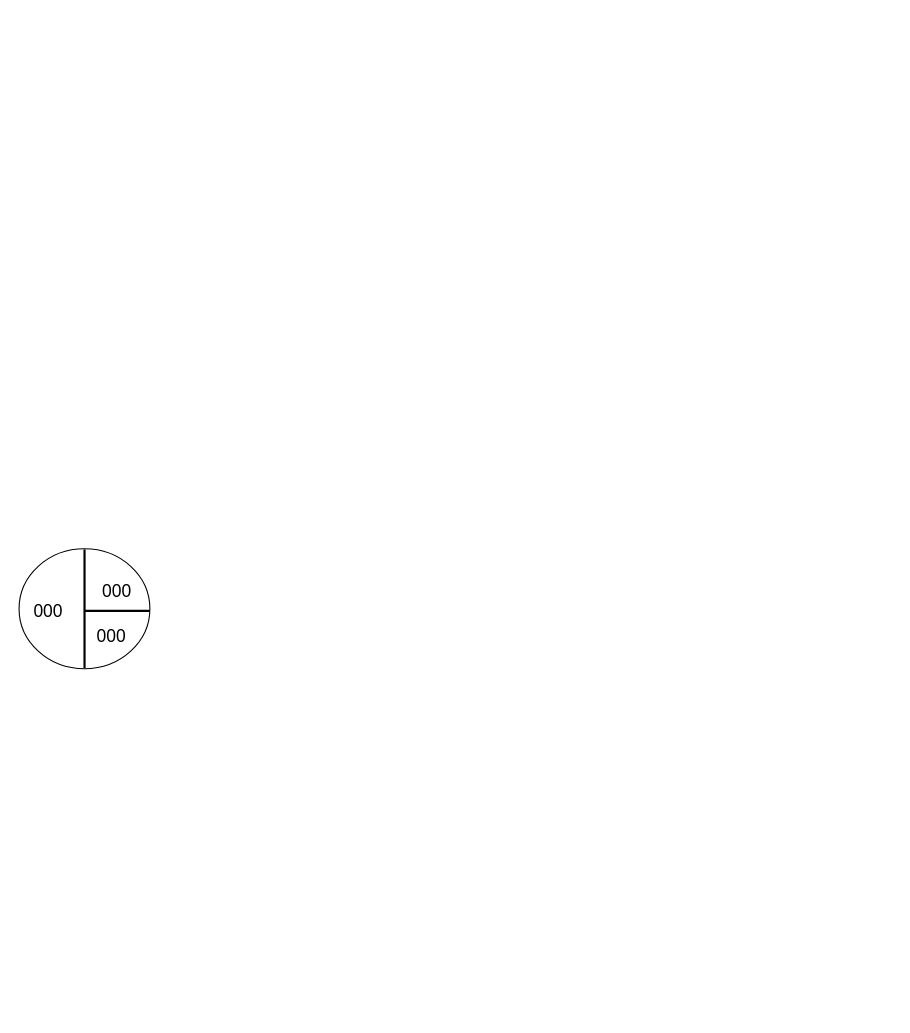
Above: Untitled Diagram.drawio in denayprm/Draw-IO-Denn (draw.io), before the change. Source tidied: cells renumbered, new cells numbered last; positions are measured from the earlier drawing's top-left corner, leaving out a move shared by most shapes. Both pictures are drawn from the tidied source at 109%, with x=0, y=0 at pixel (19, 548).
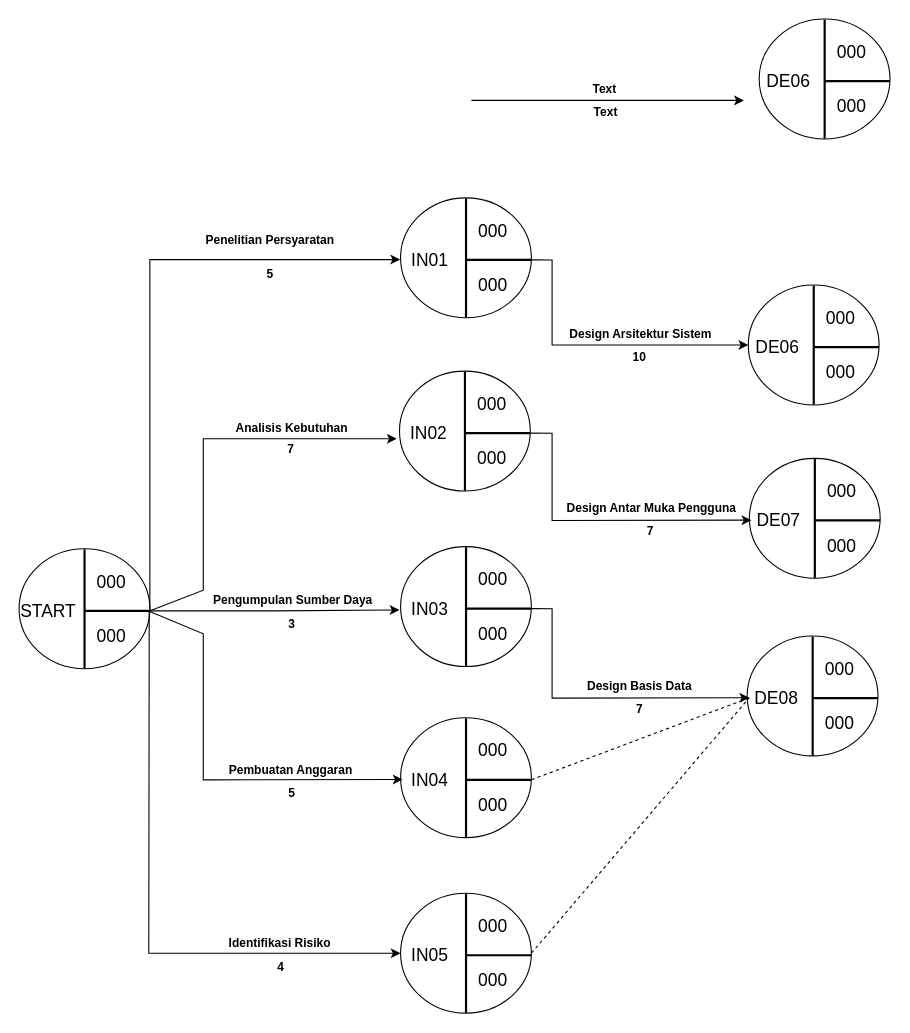
The same diagram, later.

Unchanged cells that the change refers to:
```xml
<mxCell id="3" style="group;" parent="2" vertex="1">
  <mxGeometry width="120" height="110" as="geometry" />
</mxCell>
<mxCell id="6" style="line;strokeWidth=2;html=1;" parent="3" vertex="1">
  <mxGeometry x="60" y="50" width="60" height="13.8" as="geometry" />
</mxCell>
```

Diff of the diagram source:
```diff
@@
     <mxCell id="7" value="000" style="text;strokeColor=none;fillColor=none;html=1;align=center;verticalAlign=middle;whiteSpace=wrap;rounded=0;fontSize=16;" parent="3" vertex="1">
-      <mxGeometry x="65" y="13.6" width="50" height="50" as="geometry" />
+      <mxGeometry x="60" y="5" width="50" height="50" as="geometry" />
     </mxCell>
@@
-    <mxCell id="9" value="000" style="text;strokeColor=none;fillColor=none;html=1;align=center;verticalAlign=middle;whiteSpace=wrap;rounded=0;fontSize=16;" parent="3" vertex="1">
+    <mxCell id="9" value="START" style="text;strokeColor=none;fillColor=none;html=1;align=center;verticalAlign=middle;whiteSpace=wrap;rounded=0;fontSize=16;" parent="3" vertex="1">
       <mxGeometry x="1.9" y="31.7" width="50" height="50" as="geometry" />
     </mxCell>
+    <mxCell id="10" style="group;" parent="1" vertex="1">
+      <mxGeometry x="350" y="-322" width="120" height="110" as="geometry" />
+    </mxCell>
+    <mxCell id="11" style="group;" parent="10" vertex="1">
+      <mxGeometry width="120" height="110" as="geometry" />
+    </mxCell>
+    <mxCell id="12" style="ellipse;whiteSpace=wrap;html=1;" parent="11" vertex="1">
+      <mxGeometry width="120" height="110" as="geometry" />
+    </mxCell>
+    <mxCell id="13" style="line;strokeWidth=2;html=1;rotation=-90;" parent="11" vertex="1">
+      <mxGeometry x="5.5" y="48.2" width="109.1" height="13.8" as="geometry" />
+    </mxCell>
+    <mxCell id="14" style="line;strokeWidth=2;html=1;" parent="11" vertex="1">
+      <mxGeometry x="60" y="50" width="60" height="13.8" as="geometry" />
+    </mxCell>
+    <mxCell id="15" value="000" style="text;strokeColor=none;fillColor=none;html=1;align=center;verticalAlign=middle;whiteSpace=wrap;rounded=0;fontSize=16;" parent="11" vertex="1">
+      <mxGeometry x="60" y="5" width="50" height="50" as="geometry" />
+    </mxCell>
+    <mxCell id="16" value="000" style="text;strokeColor=none;fillColor=none;html=1;align=center;verticalAlign=middle;whiteSpace=wrap;rounded=0;fontSize=16;" parent="11" vertex="1">
+      <mxGeometry x="60" y="55" width="50" height="50" as="geometry" />
+    </mxCell>
+    <mxCell id="17" value="IN01" style="text;strokeColor=none;fillColor=none;html=1;align=center;verticalAlign=middle;whiteSpace=wrap;rounded=0;fontSize=16;" parent="11" vertex="1">
+      <mxGeometry x="1.9" y="31.7" width="50" height="50" as="geometry" />
+    </mxCell>
+    <mxCell id="18" style="edgeStyle=orthogonalEdgeStyle;rounded=0;jettySize=auto;html=1;exitX=1;exitY=0.5;exitDx=0;exitDy=0;exitPerimeter=0;entryX=-0.045;entryY=0.499;entryDx=0;entryDy=0;entryPerimeter=0;" parent="1" edge="1" source="6" target="17">
+      <mxGeometry relative="1" as="geometry">
+        <Array as="points">
+          <mxPoint x="120" y="-265" />
+        </Array>
+      </mxGeometry>
+    </mxCell>
+    <mxCell id="19" value="&lt;b&gt;5&lt;/b&gt;" style="edgeLabel;html=1;align=center;verticalAlign=middle;" parent="18" vertex="1">
+      <mxGeometry x="-0.18" relative="1" as="geometry">
+        <mxPoint x="109" y="-83" as="offset" />
+      </mxGeometry>
+    </mxCell>
+    <mxCell id="20" value="&lt;b&gt;Penelitian Persyaratan&lt;/b&gt;" style="edgeLabel;html=1;align=center;verticalAlign=middle;shadow=1;" parent="18" vertex="1">
+      <mxGeometry x="-0.11" relative="1" as="geometry">
+        <mxPoint x="109" y="-94" as="offset" />
+      </mxGeometry>
+    </mxCell>
+    <mxCell id="21" style="group;" parent="1" vertex="1">
+      <mxGeometry x="350" y="-2" width="120" height="110" as="geometry" />
+    </mxCell>
+    <mxCell id="22" style="group;" parent="21" vertex="1">
+      <mxGeometry width="120" height="110" as="geometry" />
+    </mxCell>
+    <mxCell id="23" style="ellipse;whiteSpace=wrap;html=1;" parent="22" vertex="1">
+      <mxGeometry width="120" height="110" as="geometry" />
+    </mxCell>
+    <mxCell id="24" style="line;strokeWidth=2;html=1;rotation=-90;" parent="22" vertex="1">
+      <mxGeometry x="5.5" y="48.2" width="109.1" height="13.8" as="geometry" />
+    </mxCell>
+    <mxCell id="25" style="line;strokeWidth=2;html=1;" parent="22" vertex="1">
+      <mxGeometry x="60" y="50" width="60" height="13.8" as="geometry" />
+    </mxCell>
+    <mxCell id="26" value="000" style="text;strokeColor=none;fillColor=none;html=1;align=center;verticalAlign=middle;whiteSpace=wrap;rounded=0;fontSize=16;" parent="22" vertex="1">
+      <mxGeometry x="60" y="5" width="50" height="50" as="geometry" />
+    </mxCell>
+    <mxCell id="27" value="000" style="text;strokeColor=none;fillColor=none;html=1;align=center;verticalAlign=middle;whiteSpace=wrap;rounded=0;fontSize=16;" parent="22" vertex="1">
+      <mxGeometry x="60" y="55" width="50" height="50" as="geometry" />
+    </mxCell>
+    <mxCell id="28" value="IN03" style="text;strokeColor=none;fillColor=none;html=1;align=center;verticalAlign=middle;whiteSpace=wrap;rounded=0;fontSize=16;" parent="22" vertex="1">
+      <mxGeometry x="1.9" y="31.7" width="50" height="50" as="geometry" />
+    </mxCell>
+    <mxCell id="29" style="group;" parent="1" vertex="1">
+      <mxGeometry x="349" y="-163" width="120" height="110" as="geometry" />
+    </mxCell>
+    <mxCell id="30" style="group;" parent="29" vertex="1">
+      <mxGeometry width="120" height="110" as="geometry" />
+    </mxCell>
+    <mxCell id="31" style="ellipse;whiteSpace=wrap;html=1;" parent="30" vertex="1">
+      <mxGeometry width="120" height="110" as="geometry" />
+    </mxCell>
+    <mxCell id="32" style="line;strokeWidth=2;html=1;rotation=-90;" parent="30" vertex="1">
+      <mxGeometry x="5.5" y="48.2" width="109.1" height="13.8" as="geometry" />
+    </mxCell>
+    <mxCell id="33" style="line;strokeWidth=2;html=1;" parent="30" vertex="1">
+      <mxGeometry x="60" y="50" width="60" height="13.8" as="geometry" />
+    </mxCell>
+    <mxCell id="34" value="000" style="text;strokeColor=none;fillColor=none;html=1;align=center;verticalAlign=middle;whiteSpace=wrap;rounded=0;fontSize=16;" parent="30" vertex="1">
+      <mxGeometry x="60" y="5" width="50" height="50" as="geometry" />
+    </mxCell>
+    <mxCell id="35" value="000" style="text;strokeColor=none;fillColor=none;html=1;align=center;verticalAlign=middle;whiteSpace=wrap;rounded=0;fontSize=16;" parent="30" vertex="1">
+      <mxGeometry x="60" y="55" width="50" height="50" as="geometry" />
+    </mxCell>
+    <mxCell id="36" value="IN02" style="text;strokeColor=none;fillColor=none;html=1;align=center;verticalAlign=middle;whiteSpace=wrap;rounded=0;fontSize=16;" parent="30" vertex="1">
+      <mxGeometry x="1.9" y="31.7" width="50" height="50" as="geometry" />
+    </mxCell>
+    <mxCell id="37" style="group;" parent="1" vertex="1">
+      <mxGeometry x="350" y="155" width="120" height="110" as="geometry" />
+    </mxCell>
+    <mxCell id="38" style="group;" parent="37" vertex="1">
+      <mxGeometry width="120" height="110" as="geometry" />
+    </mxCell>
+    <mxCell id="39" style="ellipse;whiteSpace=wrap;html=1;" parent="38" vertex="1">
+      <mxGeometry width="120" height="110" as="geometry" />
+    </mxCell>
+    <mxCell id="40" style="line;strokeWidth=2;html=1;rotation=-90;" parent="38" vertex="1">
+      <mxGeometry x="5.5" y="48.2" width="109.1" height="13.8" as="geometry" />
+    </mxCell>
+    <mxCell id="41" style="line;strokeWidth=2;html=1;" parent="38" vertex="1">
+      <mxGeometry x="60" y="50" width="60" height="13.8" as="geometry" />
+    </mxCell>
+    <mxCell id="42" value="000" style="text;strokeColor=none;fillColor=none;html=1;align=center;verticalAlign=middle;whiteSpace=wrap;rounded=0;fontSize=16;" parent="38" vertex="1">
+      <mxGeometry x="60" y="5" width="50" height="50" as="geometry" />
+    </mxCell>
+    <mxCell id="43" value="000" style="text;strokeColor=none;fillColor=none;html=1;align=center;verticalAlign=middle;whiteSpace=wrap;rounded=0;fontSize=16;" parent="38" vertex="1">
+      <mxGeometry x="60" y="55" width="50" height="50" as="geometry" />
+    </mxCell>
+    <mxCell id="44" value="IN04" style="text;strokeColor=none;fillColor=none;html=1;align=center;verticalAlign=middle;whiteSpace=wrap;rounded=0;fontSize=16;" parent="38" vertex="1">
+      <mxGeometry x="1.9" y="31.7" width="50" height="50" as="geometry" />
+    </mxCell>
+    <mxCell id="45" style="group;" parent="1" vertex="1">
+      <mxGeometry x="350" y="316" width="120" height="110" as="geometry" />
+    </mxCell>
+    <mxCell id="46" style="group;" parent="45" vertex="1">
+      <mxGeometry width="120" height="110" as="geometry" />
+    </mxCell>
+    <mxCell id="47" style="ellipse;whiteSpace=wrap;html=1;" parent="46" vertex="1">
+      <mxGeometry width="120" height="110" as="geometry" />
+    </mxCell>
+    <mxCell id="48" style="line;strokeWidth=2;html=1;rotation=-90;" parent="46" vertex="1">
+      <mxGeometry x="5.5" y="48.2" width="109.1" height="13.8" as="geometry" />
+    </mxCell>
+    <mxCell id="49" style="line;strokeWidth=2;html=1;" parent="46" vertex="1">
+      <mxGeometry x="60" y="50" width="60" height="13.8" as="geometry" />
+    </mxCell>
+    <mxCell id="50" value="000" style="text;strokeColor=none;fillColor=none;html=1;align=center;verticalAlign=middle;whiteSpace=wrap;rounded=0;fontSize=16;" parent="46" vertex="1">
+      <mxGeometry x="60" y="5" width="50" height="50" as="geometry" />
+    </mxCell>
+    <mxCell id="51" value="000" style="text;strokeColor=none;fillColor=none;html=1;align=center;verticalAlign=middle;whiteSpace=wrap;rounded=0;fontSize=16;" parent="46" vertex="1">
+      <mxGeometry x="60" y="55" width="50" height="50" as="geometry" />
+    </mxCell>
+    <mxCell id="52" value="IN05" style="text;strokeColor=none;fillColor=none;html=1;align=center;verticalAlign=middle;whiteSpace=wrap;rounded=0;fontSize=16;" parent="46" vertex="1">
+      <mxGeometry x="1.9" y="31.7" width="50" height="50" as="geometry" />
+    </mxCell>
+    <mxCell id="53" style="edgeStyle=orthogonalEdgeStyle;rounded=0;jettySize=auto;html=1;entryX=-0.008;entryY=0.528;entryDx=0;entryDy=0;entryPerimeter=0;" parent="1" edge="1" source="6" target="23">
+      <mxGeometry relative="1" as="geometry" />
+    </mxCell>
+    <mxCell id="54" value="Pengumpulan Sumber Daya" style="edgeLabel;html=1;align=center;verticalAlign=middle;fontStyle=1;" parent="53" vertex="1">
+      <mxGeometry x="0.18" y="-1" relative="1" as="geometry">
+        <mxPoint x="-5" y="-11" as="offset" />
+      </mxGeometry>
+    </mxCell>
+    <mxCell id="55" value="3" style="edgeLabel;html=1;align=center;verticalAlign=middle;fontStyle=1;" parent="53" vertex="1">
+      <mxGeometry x="0.28" y="-1" relative="1" as="geometry">
+        <mxPoint x="-17" y="11" as="offset" />
+      </mxGeometry>
+    </mxCell>
+    <mxCell id="56" style="endArrow=classic;html=1;rounded=0;exitX=0.99;exitY=0.503;exitDx=0;exitDy=0;exitPerimeter=0;entryX=0;entryY=0.5;entryDx=0;entryDy=0;" parent="1" edge="1" source="6" target="47">
+      <mxGeometry relative="1" as="geometry">
+        <Array as="points">
+          <mxPoint x="119" y="371" />
+        </Array>
+      </mxGeometry>
+    </mxCell>
+    <mxCell id="57" value="Identifikasi Risiko" style="edgeLabel;html=1;align=center;verticalAlign=middle;fontStyle=1;" parent="56" vertex="1">
+      <mxGeometry x="0.59" relative="1" as="geometry">
+        <mxPoint x="1" y="-10" as="offset" />
+      </mxGeometry>
+    </mxCell>
+    <mxCell id="58" value="4" style="edgeLabel;html=1;align=center;verticalAlign=middle;fontStyle=1;" parent="56" vertex="1">
+      <mxGeometry x="0.67" relative="1" as="geometry">
+        <mxPoint x="-20" y="12" as="offset" />
+      </mxGeometry>
+    </mxCell>
+    <mxCell id="59" style="endArrow=classic;html=1;rounded=0;exitX=0.995;exitY=0.517;exitDx=0;exitDy=0;exitPerimeter=0;entryX=-0.021;entryY=0.564;entryDx=0;entryDy=0;entryPerimeter=0;" parent="1" edge="1" source="6" target="31">
+      <mxGeometry relative="1" as="geometry">
+        <Array as="points">
+          <mxPoint x="169" y="38" />
+          <mxPoint x="169" y="-101" />
+        </Array>
+      </mxGeometry>
+    </mxCell>
+    <mxCell id="60" value="&lt;b&gt;Analisis Kebutuhan&lt;/b&gt;" style="edgeLabel;html=1;align=center;verticalAlign=middle;" parent="59" vertex="1">
+      <mxGeometry x="0.49" y="2" relative="1" as="geometry">
+        <mxPoint x="-3" y="-9" as="offset" />
+      </mxGeometry>
+    </mxCell>
+    <mxCell id="61" value="&lt;b&gt;7&lt;/b&gt;" style="edgeLabel;html=1;align=center;verticalAlign=middle;" parent="59" vertex="1">
+      <mxGeometry x="0.59" relative="1" as="geometry">
+        <mxPoint x="-23" y="9" as="offset" />
+      </mxGeometry>
+    </mxCell>
+    <mxCell id="62" style="endArrow=classic;html=1;rounded=0;exitX=0.989;exitY=0.522;exitDx=0;exitDy=0;exitPerimeter=0;entryX=0;entryY=0.5;entryDx=0;entryDy=0;" parent="1" edge="1" source="6" target="44">
+      <mxGeometry relative="1" as="geometry">
+        <Array as="points">
+          <mxPoint x="169" y="78" />
+          <mxPoint x="169" y="212" />
+        </Array>
+      </mxGeometry>
+    </mxCell>
+    <mxCell id="63" value="Pembuatan Anggaran" style="edgeLabel;html=1;align=center;verticalAlign=middle;fontStyle=1;" parent="62" vertex="1">
+      <mxGeometry x="0.49" y="1" relative="1" as="geometry">
+        <mxPoint x="-9" y="-8" as="offset" />
+      </mxGeometry>
+    </mxCell>
+    <mxCell id="64" value="5" style="edgeLabel;html=1;align=center;verticalAlign=middle;fontStyle=1;" parent="62" vertex="1">
+      <mxGeometry x="0.52" y="2" relative="1" as="geometry">
+        <mxPoint x="-14" y="14" as="offset" />
+      </mxGeometry>
+    </mxCell>
+    <mxCell id="65" style="group;" parent="1" vertex="1">
+      <mxGeometry x="669" y="-242" width="120" height="110" as="geometry" />
+    </mxCell>
+    <mxCell id="66" style="group;" parent="65" vertex="1">
+      <mxGeometry width="120" height="110" as="geometry" />
+    </mxCell>
+    <mxCell id="67" style="ellipse;whiteSpace=wrap;html=1;" parent="66" vertex="1">
+      <mxGeometry width="120" height="110" as="geometry" />
+    </mxCell>
+    <mxCell id="68" style="line;strokeWidth=2;html=1;rotation=-90;" parent="66" vertex="1">
+      <mxGeometry x="5.5" y="48.2" width="109.1" height="13.8" as="geometry" />
+    </mxCell>
+    <mxCell id="69" style="line;strokeWidth=2;html=1;" parent="66" vertex="1">
+      <mxGeometry x="60" y="50" width="60" height="13.8" as="geometry" />
+    </mxCell>
+    <mxCell id="70" value="000" style="text;strokeColor=none;fillColor=none;html=1;align=center;verticalAlign=middle;whiteSpace=wrap;rounded=0;fontSize=16;" parent="66" vertex="1">
+      <mxGeometry x="60" y="5" width="50" height="50" as="geometry" />
+    </mxCell>
+    <mxCell id="71" value="000" style="text;strokeColor=none;fillColor=none;html=1;align=center;verticalAlign=middle;whiteSpace=wrap;rounded=0;fontSize=16;" parent="66" vertex="1">
+      <mxGeometry x="60" y="55" width="50" height="50" as="geometry" />
+    </mxCell>
+    <mxCell id="72" value="DE06" style="text;strokeColor=none;fillColor=none;html=1;align=center;verticalAlign=middle;whiteSpace=wrap;rounded=0;fontSize=16;" parent="66" vertex="1">
+      <mxGeometry x="1.9" y="31.7" width="50" height="50" as="geometry" />
+    </mxCell>
+    <mxCell id="73" style="group;" parent="1" vertex="1">
+      <mxGeometry x="670" y="-83" width="120" height="110" as="geometry" />
+    </mxCell>
+    <mxCell id="74" style="group;" parent="73" vertex="1">
+      <mxGeometry width="120" height="110" as="geometry" />
+    </mxCell>
+    <mxCell id="75" style="ellipse;whiteSpace=wrap;html=1;" parent="74" vertex="1">
+      <mxGeometry width="120" height="110" as="geometry" />
+    </mxCell>
+    <mxCell id="76" style="line;strokeWidth=2;html=1;rotation=-90;" parent="74" vertex="1">
+      <mxGeometry x="5.5" y="48.2" width="109.1" height="13.8" as="geometry" />
+    </mxCell>
+    <mxCell id="77" style="line;strokeWidth=2;html=1;" parent="74" vertex="1">
+      <mxGeometry x="60" y="50" width="60" height="13.8" as="geometry" />
+    </mxCell>
+    <mxCell id="78" value="000" style="text;strokeColor=none;fillColor=none;html=1;align=center;verticalAlign=middle;whiteSpace=wrap;rounded=0;fontSize=16;" parent="74" vertex="1">
+      <mxGeometry x="60" y="5" width="50" height="50" as="geometry" />
+    </mxCell>
+    <mxCell id="79" value="000" style="text;strokeColor=none;fillColor=none;html=1;align=center;verticalAlign=middle;whiteSpace=wrap;rounded=0;fontSize=16;" parent="74" vertex="1">
+      <mxGeometry x="60" y="55" width="50" height="50" as="geometry" />
+    </mxCell>
+    <mxCell id="80" value="DE07" style="text;strokeColor=none;fillColor=none;html=1;align=center;verticalAlign=middle;whiteSpace=wrap;rounded=0;fontSize=16;" parent="74" vertex="1">
+      <mxGeometry x="1.9" y="31.7" width="50" height="50" as="geometry" />
+    </mxCell>
+    <mxCell id="81" style="group;" parent="1" vertex="1">
+      <mxGeometry x="668" y="80" width="120" height="110" as="geometry" />
+    </mxCell>
+    <mxCell id="82" style="group;" parent="81" vertex="1">
+      <mxGeometry width="120" height="110" as="geometry" />
+    </mxCell>
+    <mxCell id="83" style="ellipse;whiteSpace=wrap;html=1;" parent="82" vertex="1">
+      <mxGeometry width="120" height="110" as="geometry" />
+    </mxCell>
+    <mxCell id="84" style="line;strokeWidth=2;html=1;rotation=-90;" parent="82" vertex="1">
+      <mxGeometry x="5.5" y="48.2" width="109.1" height="13.8" as="geometry" />
+    </mxCell>
+    <mxCell id="85" style="line;strokeWidth=2;html=1;" parent="82" vertex="1">
+      <mxGeometry x="60" y="50" width="60" height="13.8" as="geometry" />
+    </mxCell>
+    <mxCell id="86" value="000" style="text;strokeColor=none;fillColor=none;html=1;align=center;verticalAlign=middle;whiteSpace=wrap;rounded=0;fontSize=16;" parent="82" vertex="1">
+      <mxGeometry x="60" y="5" width="50" height="50" as="geometry" />
+    </mxCell>
+    <mxCell id="87" value="000" style="text;strokeColor=none;fillColor=none;html=1;align=center;verticalAlign=middle;whiteSpace=wrap;rounded=0;fontSize=16;" parent="82" vertex="1">
+      <mxGeometry x="60" y="55" width="50" height="50" as="geometry" />
+    </mxCell>
+    <mxCell id="88" value="DE08" style="text;strokeColor=none;fillColor=none;html=1;align=center;verticalAlign=middle;whiteSpace=wrap;rounded=0;fontSize=16;" parent="82" vertex="1">
+      <mxGeometry x="1.9" y="31.7" width="50" height="50" as="geometry" />
+    </mxCell>
+    <mxCell id="89" style="endArrow=classic;html=1;rounded=0;entryX=0;entryY=0.5;entryDx=0;entryDy=0;exitX=1;exitY=0.5;exitDx=0;exitDy=0;exitPerimeter=0;" parent="1" edge="1" source="14" target="67">
+      <mxGeometry relative="1" as="geometry">
+        <Array as="points">
+          <mxPoint x="489" y="-265" />
+          <mxPoint x="489" y="-187" />
+        </Array>
+      </mxGeometry>
+    </mxCell>
+    <mxCell id="90" value="Design Arsitektur Sistem" style="edgeLabel;html=1;align=center;verticalAlign=middle;fontStyle=1;" parent="89" vertex="1">
+      <mxGeometry x="0.13" y="1" relative="1" as="geometry">
+        <mxPoint x="21" y="-10" as="offset" />
+      </mxGeometry>
+    </mxCell>
+    <mxCell id="91" value="10" style="edgeLabel;html=1;align=center;verticalAlign=middle;fontStyle=1;" parent="89" vertex="1">
+      <mxGeometry x="0.07" relative="1" as="geometry">
+        <mxPoint x="29" y="10" as="offset" />
+      </mxGeometry>
+    </mxCell>
+    <mxCell id="92" style="endArrow=classic;html=1;rounded=0;entryX=0;entryY=0.5;entryDx=0;entryDy=0;exitX=1;exitY=0.5;exitDx=0;exitDy=0;exitPerimeter=0;" parent="1" edge="1" source="33" target="80">
+      <mxGeometry relative="1" as="geometry">
+        <Array as="points">
+          <mxPoint x="489" y="-106" />
+          <mxPoint x="489" y="-26" />
+        </Array>
+      </mxGeometry>
+    </mxCell>
+    <mxCell id="93" value="Design Antar Muka Pengguna" style="edgeLabel;html=1;align=center;verticalAlign=middle;fontStyle=1;" parent="92" vertex="1">
+      <mxGeometry x="0.13" y="1" relative="1" as="geometry">
+        <mxPoint x="31" y="-10" as="offset" />
+      </mxGeometry>
+    </mxCell>
+    <mxCell id="94" value="7" style="edgeLabel;html=1;align=center;verticalAlign=middle;fontStyle=1;" parent="92" vertex="1">
+      <mxGeometry x="0.07" relative="1" as="geometry">
+        <mxPoint x="39" y="10" as="offset" />
+      </mxGeometry>
+    </mxCell>
+    <mxCell id="95" style="endArrow=classic;html=1;rounded=0;entryX=0;entryY=0.5;entryDx=0;entryDy=0;exitX=1;exitY=0.5;exitDx=0;exitDy=0;exitPerimeter=0;" parent="1" edge="1" source="25" target="88">
+      <mxGeometry relative="1" as="geometry">
+        <Array as="points">
+          <mxPoint x="489" y="55" />
+          <mxPoint x="489" y="137" />
+        </Array>
+      </mxGeometry>
+    </mxCell>
+    <mxCell id="96" value="Design Basis Data" style="edgeLabel;html=1;align=center;verticalAlign=middle;fontStyle=1;" parent="95" vertex="1">
+      <mxGeometry x="0.13" y="1" relative="1" as="geometry">
+        <mxPoint x="22" y="-10" as="offset" />
+      </mxGeometry>
+    </mxCell>
+    <mxCell id="97" value="7" style="edgeLabel;html=1;align=center;verticalAlign=middle;fontStyle=1;" parent="95" vertex="1">
+      <mxGeometry x="0.07" relative="1" as="geometry">
+        <mxPoint x="30" y="10" as="offset" />
+      </mxGeometry>
+    </mxCell>
+    <mxCell id="98" style="endArrow=classic;html=1;rounded=0;" parent="1" edge="1">
+      <mxGeometry relative="1" as="geometry">
+        <mxPoint x="415" y="-411.4" as="sourcePoint" />
+        <mxPoint x="665" y="-411.4" as="targetPoint" />
+      </mxGeometry>
+    </mxCell>
+    <mxCell id="99" value="Text" style="edgeLabel;html=1;align=center;verticalAlign=middle;fontStyle=1;" parent="98" vertex="1">
+      <mxGeometry x="0.13" y="1" relative="1" as="geometry">
+        <mxPoint x="-20" y="-10" as="offset" />
+      </mxGeometry>
+    </mxCell>
+    <mxCell id="100" value="Text" style="edgeLabel;html=1;align=center;verticalAlign=middle;fontStyle=1;" parent="98" vertex="1">
+      <mxGeometry x="0.07" relative="1" as="geometry">
+        <mxPoint x="-12" y="10" as="offset" />
+      </mxGeometry>
+    </mxCell>
+    <mxCell id="101" style="group;" parent="1" vertex="1">
+      <mxGeometry x="679" y="-486" width="120" height="110" as="geometry" />
+    </mxCell>
+    <mxCell id="102" style="group;" parent="101" vertex="1">
+      <mxGeometry width="120" height="110" as="geometry" />
+    </mxCell>
+    <mxCell id="103" style="ellipse;whiteSpace=wrap;html=1;" parent="102" vertex="1">
+      <mxGeometry width="120" height="110" as="geometry" />
+    </mxCell>
+    <mxCell id="104" style="line;strokeWidth=2;html=1;rotation=-90;" parent="102" vertex="1">
+      <mxGeometry x="5.5" y="48.2" width="109.1" height="13.8" as="geometry" />
+    </mxCell>
+    <mxCell id="105" style="line;strokeWidth=2;html=1;" parent="102" vertex="1">
+      <mxGeometry x="60" y="50" width="60" height="13.8" as="geometry" />
+    </mxCell>
+    <mxCell id="106" value="000" style="text;strokeColor=none;fillColor=none;html=1;align=center;verticalAlign=middle;whiteSpace=wrap;rounded=0;fontSize=16;" parent="102" vertex="1">
+      <mxGeometry x="60" y="5" width="50" height="50" as="geometry" />
+    </mxCell>
+    <mxCell id="107" value="000" style="text;strokeColor=none;fillColor=none;html=1;align=center;verticalAlign=middle;whiteSpace=wrap;rounded=0;fontSize=16;" parent="102" vertex="1">
+      <mxGeometry x="60" y="55" width="50" height="50" as="geometry" />
+    </mxCell>
+    <mxCell id="108" value="DE06" style="text;strokeColor=none;fillColor=none;html=1;align=center;verticalAlign=middle;whiteSpace=wrap;rounded=0;fontSize=16;" parent="102" vertex="1">
+      <mxGeometry x="1.9" y="31.7" width="50" height="50" as="geometry" />
+    </mxCell>
+    <mxCell id="109" style="endArrow=none;dashed=1;html=1;rounded=0;exitX=1;exitY=0.5;exitDx=0;exitDy=0;entryX=0;entryY=0.5;entryDx=0;entryDy=0;" parent="1" edge="1" source="47" target="88">
+      <mxGeometry relative="1" as="geometry" />
+    </mxCell>
+    <mxCell id="110" style="endArrow=none;dashed=1;html=1;rounded=0;exitX=1;exitY=0.5;exitDx=0;exitDy=0;exitPerimeter=0;entryX=0;entryY=0.5;entryDx=0;entryDy=0;" parent="1" edge="1" source="41" target="88">
+      <mxGeometry relative="1" as="geometry" />
+    </mxCell>
```
